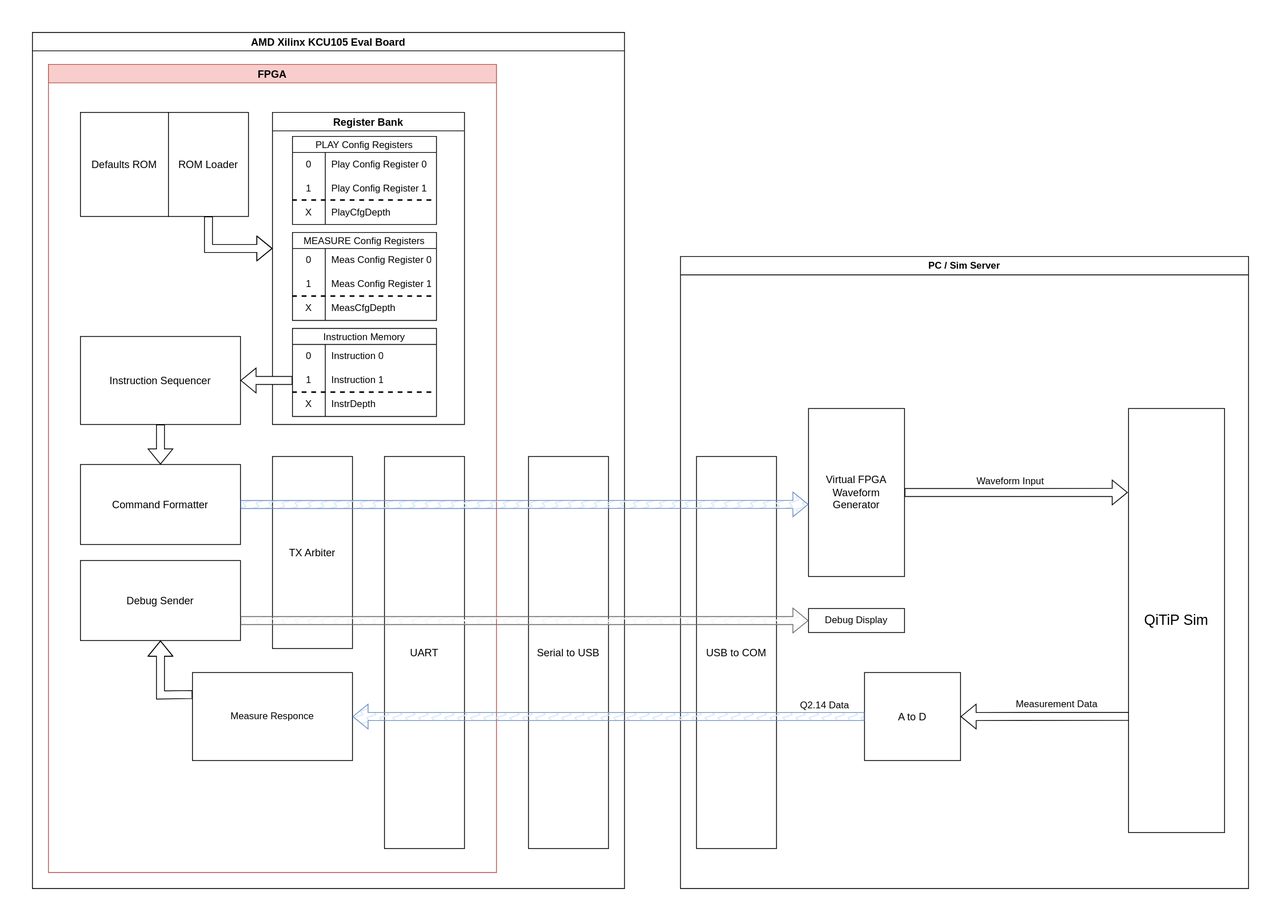
sean-sandone/qubit-fpga-kit keeps this draw.io diagram as docs/diagrams/qu control.drawio.svg. Above is the earlier version. Source tidied: cells renumbered, new cells last; positions are measured from the earlier drawing's top-left corner, leaving out a move shared by most shapes.
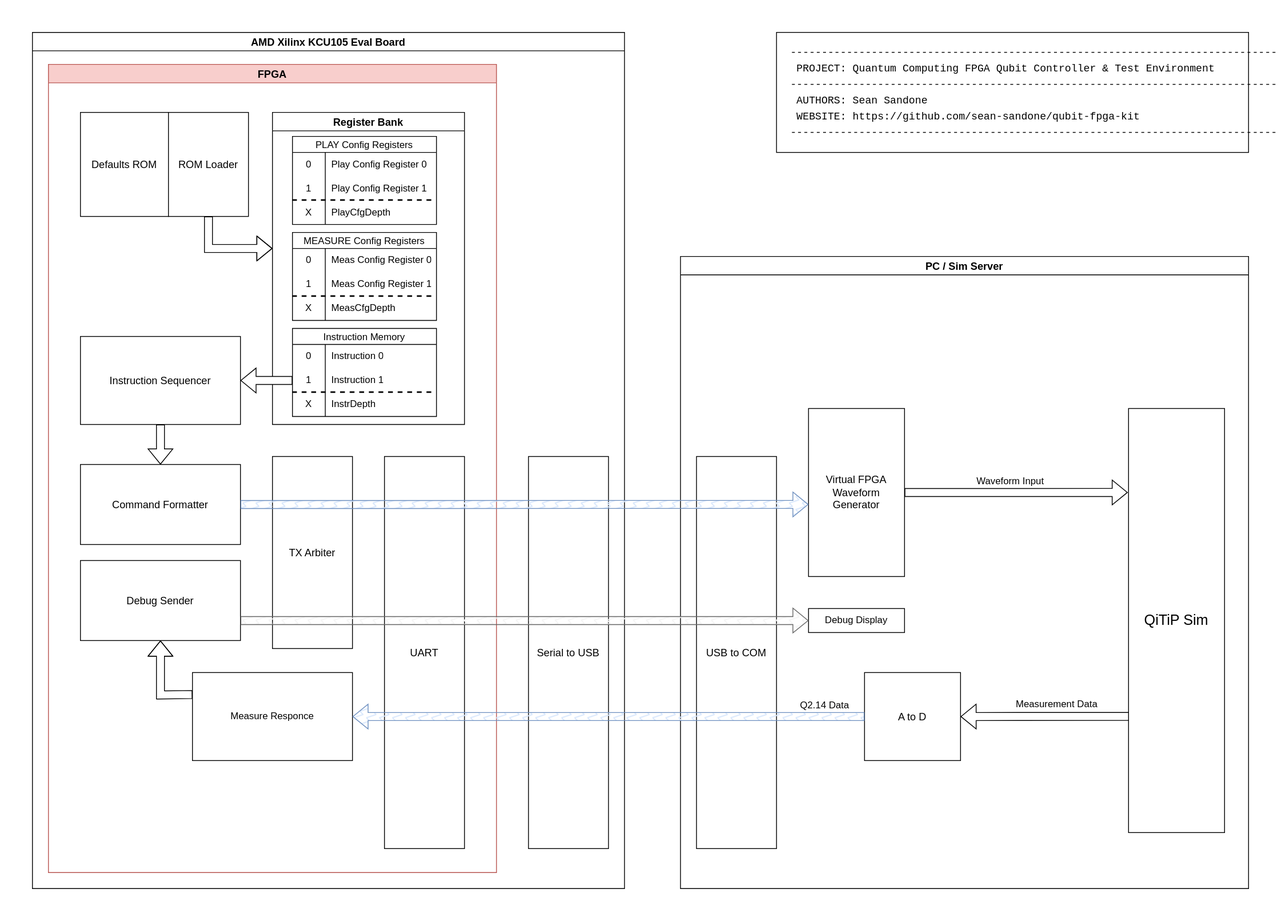
Later version of the same file.

Commit message:
Diagram header

Change to the diagram source:
```diff
@@ -168,7 +168,7 @@
     <mxCell id="53" value="&lt;font style=&quot;font-size: 13px;&quot;&gt;Serial to USB&lt;/font&gt;" style="rounded=0;whiteSpace=wrap;html=1;" parent="3" vertex="1">
       <mxGeometry x="620" y="530" width="100" height="490" as="geometry" />
     </mxCell>
-    <mxCell id="54" value="PC / Sim Server" style="swimlane;whiteSpace=wrap;html=1;fillStyle=solid;" parent="1" vertex="1">
+    <mxCell id="54" value="&lt;font style=&quot;font-size: 13px;&quot;&gt;PC / Sim Server&lt;/font&gt;" style="swimlane;whiteSpace=wrap;html=1;fillStyle=solid;" parent="1" vertex="1">
       <mxGeometry x="850" y="320" width="710" height="790" as="geometry" />
     </mxCell>
     <mxCell id="55" value="&lt;font style=&quot;font-size: 13px;&quot;&gt;USB to COM&lt;/font&gt;" style="rounded=0;whiteSpace=wrap;html=1;" parent="54" vertex="1">
@@ -219,5 +219,8 @@
     <mxCell id="68" style="edgeStyle=none;rounded=0;jettySize=auto;html=1;exitX=1;exitY=0.75;exitDx=0;exitDy=0;entryX=0;entryY=0.5;entryDx=0;entryDy=0;shape=flexArrow;fillColor=#f5f5f5;strokeColor=#666666;fillStyle=zigzag-line;" parent="1" edge="1" source="47" target="61">
       <mxGeometry relative="1" as="geometry" />
     </mxCell>
+    <mxCell id="69" value="&lt;div style=&quot;font-family: Consolas, &amp;quot;Courier New&amp;quot;, monospace; line-height: 19px; white-space: pre;&quot;&gt;&lt;div style=&quot;&quot;&gt;&lt;font style=&quot;font-size: 13px;&quot;&gt;  ------------------------------------------------------------------------------&lt;/font&gt;&lt;/div&gt;&lt;div style=&quot;&quot;&gt;&lt;span&gt;&lt;font style=&quot;font-size: 13px;&quot;&gt;   PROJECT: Quantum Computing FPGA Qubit Controller &amp;amp; Test Environment&lt;/font&gt;&lt;/span&gt;&lt;/div&gt;&lt;div style=&quot;&quot;&gt;&lt;span&gt;&lt;font style=&quot;font-size: 13px;&quot;&gt;  ------------------------------------------------------------------------------&lt;/font&gt;&lt;/span&gt;&lt;/div&gt;&lt;div style=&quot;&quot;&gt;&lt;span&gt;&lt;font style=&quot;font-size: 13px;&quot;&gt;   AUTHORS: Sean Sandone&lt;/font&gt;&lt;/span&gt;&lt;/div&gt;&lt;div style=&quot;&quot;&gt;&lt;span&gt;&lt;font style=&quot;font-size: 13px;&quot;&gt;   WEBSITE: https://github.com/sean-sandone/qubit-fpga-kit&lt;/font&gt;&lt;/span&gt;&lt;/div&gt;&lt;div style=&quot;&quot;&gt;&lt;font style=&quot;font-size: 13px;&quot;&gt;  ------------------------------------------------------------------------------&lt;/font&gt;&lt;/div&gt;&lt;/div&gt;" style="rounded=0;whiteSpace=wrap;html=1;align=left;strokeColor=default;" parent="1" vertex="1">
+      <mxGeometry x="970" y="40" width="590" height="150" as="geometry" />
+    </mxCell>
   </root>
 </mxGraphModel>
```
